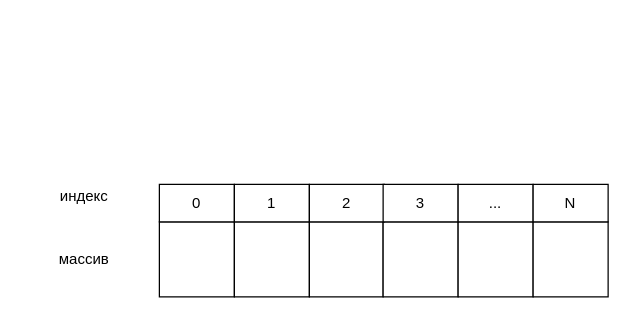
timurkashapov/data-structures-with-algorithms keeps this draw.io diagram as docs/docs.drawio. Above is the earlier version. Source tidied: cells renumbered, new cells numbered last; positions are measured from the earlier drawing's top-left corner, leaving out a move shared by most shapes. Both pictures are drawn from the tidied source at 125%, with x=0, y=0 at pixel (59, 184).
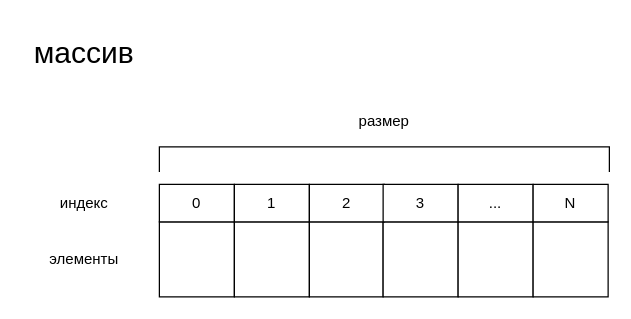
Above is the later version.

Change to the diagram source:
```diff
@@
 <mxGraphModel>
   <root>
     <mxCell id="0" />
     <mxCell id="1" parent="0" />
     <mxCell id="2" style="rounded=0;whiteSpace=wrap;html=1;" parent="1" vertex="1">
       <mxGeometry x="80" y="30" width="60" height="60" as="geometry" />
     </mxCell>
     <mxCell id="3" style="rounded=0;whiteSpace=wrap;html=1;" parent="1" vertex="1">
       <mxGeometry x="140" y="30" width="60" height="60" as="geometry" />
     </mxCell>
     <mxCell id="4" style="rounded=0;whiteSpace=wrap;html=1;" parent="1" vertex="1">
       <mxGeometry x="200" y="30" width="59" height="60" as="geometry" />
     </mxCell>
     <mxCell id="5" style="rounded=0;whiteSpace=wrap;html=1;" parent="1" vertex="1">
       <mxGeometry x="259" y="30" width="60" height="60" as="geometry" />
     </mxCell>
     <mxCell id="6" style="rounded=0;whiteSpace=wrap;html=1;" parent="1" vertex="1">
       <mxGeometry x="319" y="30" width="60" height="60" as="geometry" />
     </mxCell>
     <mxCell id="7" style="rounded=0;whiteSpace=wrap;html=1;" parent="1" vertex="1">
       <mxGeometry x="379" y="30" width="60" height="60" as="geometry" />
     </mxCell>
-    <mxCell id="8" value="массив" style="text;html=1;strokeColor=none;fillColor=none;align=center;verticalAlign=middle;whiteSpace=wrap;rounded=0;" parent="1" vertex="1">
-      <mxGeometry y="50" width="40" height="20" as="geometry" />
+    <mxCell id="8" value="элементы" style="text;html=1;strokeColor=none;fillColor=none;align=center;verticalAlign=middle;whiteSpace=wrap;rounded=0;" parent="1" vertex="1">
+      <mxGeometry x="-10" y="50" width="60" height="20" as="geometry" />
     </mxCell>
     <mxCell id="9" value="индекс" style="text;html=1;strokeColor=none;fillColor=none;align=center;verticalAlign=middle;whiteSpace=wrap;rounded=0;" parent="1" vertex="1">
-      <mxGeometry width="40" height="20" as="geometry" />
+      <mxGeometry y="5" width="40" height="20" as="geometry" />
     </mxCell>
     <mxCell id="10" value="0" style="rounded=0;whiteSpace=wrap;html=1;" parent="1" vertex="1">
       <mxGeometry x="80" width="60" height="30" as="geometry" />
     </mxCell>
     <mxCell id="11" value="1" style="rounded=0;whiteSpace=wrap;html=1;" parent="1" vertex="1">
       <mxGeometry x="140" width="60" height="30" as="geometry" />
     </mxCell>
     <mxCell id="12" value="2" style="rounded=0;whiteSpace=wrap;html=1;" parent="1" vertex="1">
       <mxGeometry x="200" width="60" height="30" as="geometry" />
     </mxCell>
     <mxCell id="13" value="3" style="rounded=0;whiteSpace=wrap;html=1;" parent="1" vertex="1">
       <mxGeometry x="259" width="60" height="30" as="geometry" />
     </mxCell>
     <mxCell id="14" value="..." style="rounded=0;whiteSpace=wrap;html=1;" parent="1" vertex="1">
       <mxGeometry x="319" width="60" height="30" as="geometry" />
     </mxCell>
     <mxCell id="15" value="N" style="rounded=0;whiteSpace=wrap;html=1;" parent="1" vertex="1">
       <mxGeometry x="379" width="60" height="30" as="geometry" />
     </mxCell>
+    <mxCell id="16" style="strokeWidth=1;html=1;shape=mxgraph.flowchart.annotation_1;align=right;rotation=90;verticalAlign=middle;horizontal=1;labelPosition=left;verticalLabelPosition=middle;flipV=1;" parent="1" vertex="1">
+      <mxGeometry x="250" y="-200" width="20" height="360" as="geometry" />
+    </mxCell>
+    <mxCell id="17" value="размер" style="text;html=1;strokeColor=none;fillColor=none;align=center;verticalAlign=middle;whiteSpace=wrap;rounded=0;" parent="1" vertex="1">
+      <mxGeometry x="240" y="-60" width="40" height="20" as="geometry" />
+    </mxCell>
+    <mxCell id="18" value="массив" style="text;html=1;strokeColor=none;fillColor=none;align=center;verticalAlign=middle;whiteSpace=wrap;rounded=0;fontSize=24;" parent="1" vertex="1">
+      <mxGeometry x="-30" y="-130" width="100" height="50" as="geometry" />
+    </mxCell>
   </root>
 </mxGraphModel>
```
